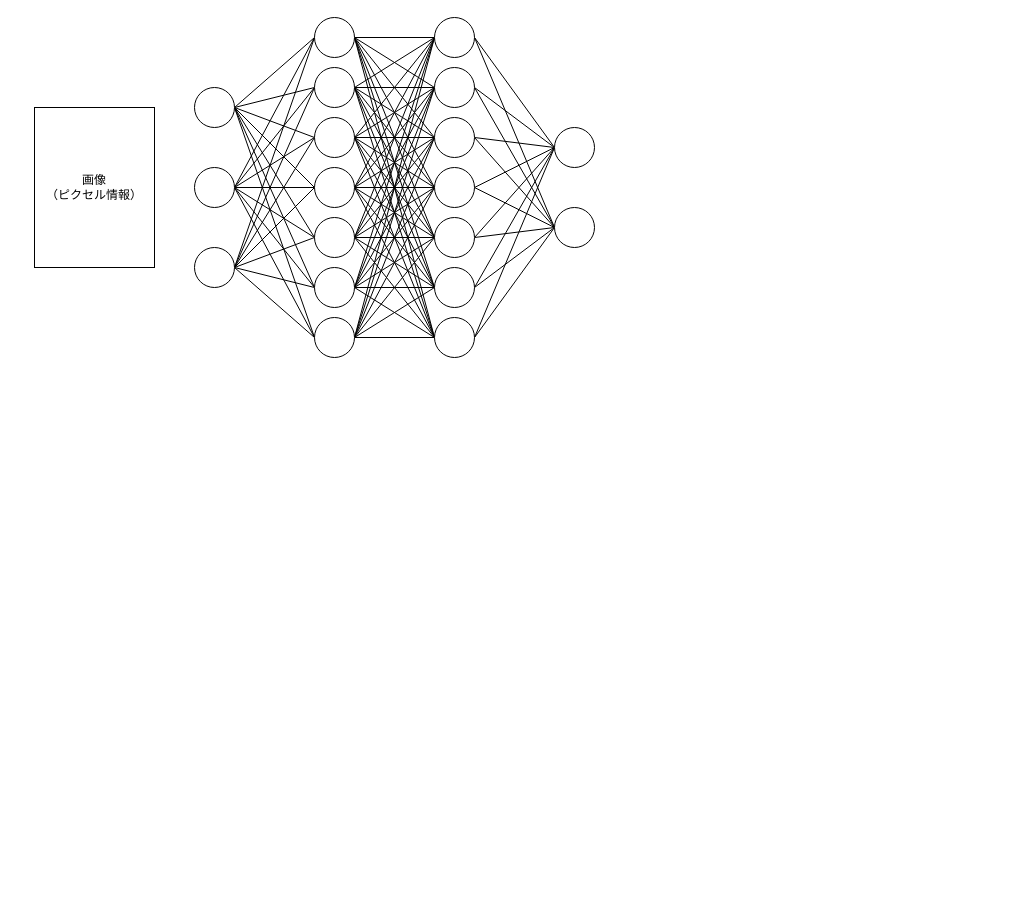
Before: page "ページ2" (2 of 2) of _images/image.drawio in Riliumph/PyTorchBeginner, a draw.io diagram. Source tidied: cells renumbered, new cells numbered last; positions are measured from the earlier drawing's top-left corner, leaving out a move shared by most shapes. Both pictures are drawn from the tidied source at 100%, with x=0, y=0 at pixel (34, 17).
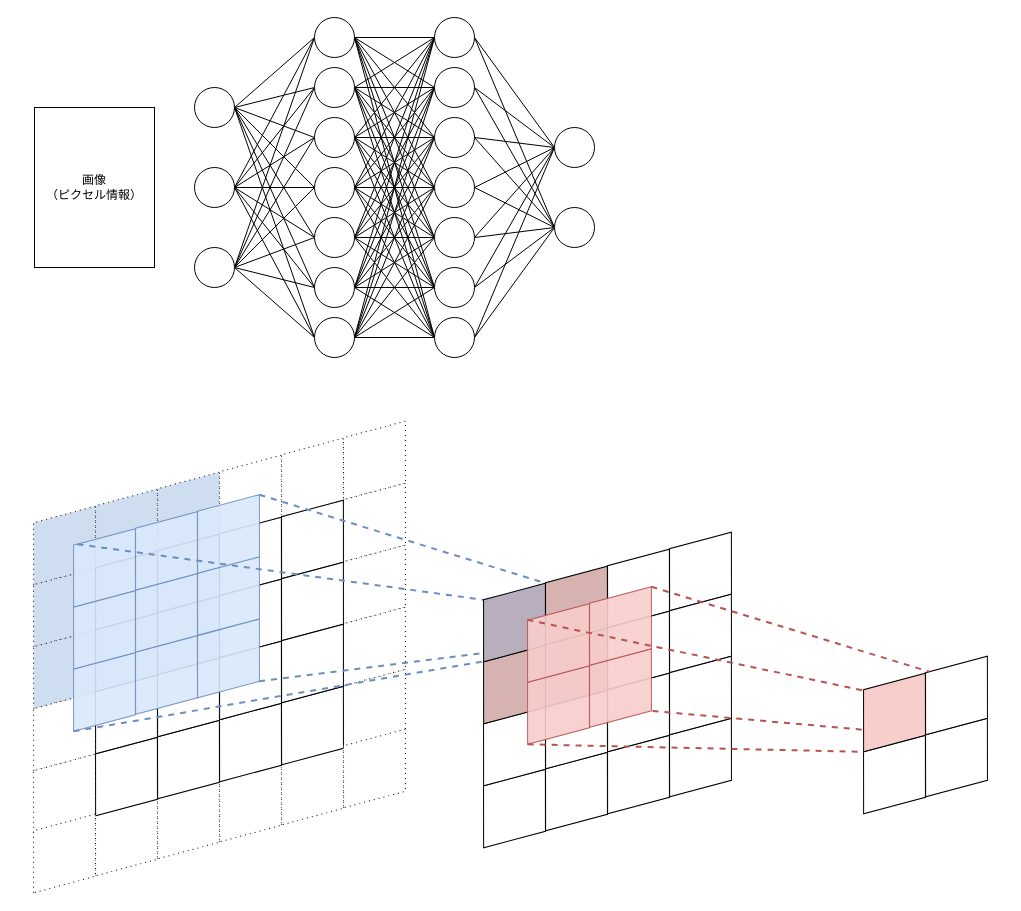
After the change.

Commit message:
[update] ppt graph

What changed in the source:
```diff
@@
+    <mxCell id="106" style="shape=parallelogram;perimeter=parallelogramPerimeter;whiteSpace=wrap;html=1;rotation=-15;" parent="1" vertex="1">
+      <mxGeometry x="440" y="761" width="80" height="60" as="geometry" />
+    </mxCell>
+    <mxCell id="107" style="shape=parallelogram;perimeter=parallelogramPerimeter;whiteSpace=wrap;html=1;rotation=-15;" parent="1" vertex="1">
+      <mxGeometry x="502" y="744" width="80" height="60" as="geometry" />
+    </mxCell>
+    <mxCell id="108" style="shape=parallelogram;perimeter=parallelogramPerimeter;whiteSpace=wrap;html=1;rotation=-15;" parent="1" vertex="1">
+      <mxGeometry x="626" y="710" width="80" height="60" as="geometry" />
+    </mxCell>
+    <mxCell id="109" style="shape=parallelogram;perimeter=parallelogramPerimeter;whiteSpace=wrap;html=1;rotation=-15;" parent="1" vertex="1">
+      <mxGeometry x="564" y="727" width="80" height="60" as="geometry" />
+    </mxCell>
+    <mxCell id="110" style="shape=parallelogram;perimeter=parallelogramPerimeter;whiteSpace=wrap;html=1;rotation=-15;dashed=1;dashPattern=1 4;" parent="1" vertex="1">
+      <mxGeometry x="300" y="413" width="80" height="60" as="geometry" />
+    </mxCell>
+    <mxCell id="111" style="shape=parallelogram;perimeter=parallelogramPerimeter;whiteSpace=wrap;html=1;rotation=-15;dashed=1;dashPattern=1 4;" parent="1" vertex="1">
+      <mxGeometry x="300" y="661" width="80" height="60" as="geometry" />
+    </mxCell>
+    <mxCell id="112" style="shape=parallelogram;perimeter=parallelogramPerimeter;whiteSpace=wrap;html=1;rotation=-15;dashed=1;dashPattern=1 4;" parent="1" vertex="1">
+      <mxGeometry x="52" y="789" width="80" height="60" as="geometry" />
+    </mxCell>
+    <mxCell id="113" style="shape=parallelogram;perimeter=parallelogramPerimeter;whiteSpace=wrap;html=1;rotation=-15;dashed=1;dashPattern=1 4;" parent="1" vertex="1">
+      <mxGeometry x="114" y="772" width="80" height="60" as="geometry" />
+    </mxCell>
+    <mxCell id="114" style="shape=parallelogram;perimeter=parallelogramPerimeter;whiteSpace=wrap;html=1;rotation=-15;dashed=1;dashPattern=1 4;" parent="1" vertex="1">
+      <mxGeometry x="176" y="755" width="80" height="60" as="geometry" />
+    </mxCell>
+    <mxCell id="115" style="shape=parallelogram;perimeter=parallelogramPerimeter;whiteSpace=wrap;html=1;rotation=-15;dashed=1;dashPattern=1 4;" parent="1" vertex="1">
+      <mxGeometry x="238" y="738" width="80" height="60" as="geometry" />
+    </mxCell>
+    <mxCell id="116" style="shape=parallelogram;perimeter=parallelogramPerimeter;whiteSpace=wrap;html=1;rotation=-15;fillColor=#D6B2B0;strokeColor=#000000;" parent="1" vertex="1">
+      <mxGeometry x="502" y="558" width="80" height="60" as="geometry" />
+    </mxCell>
+    <mxCell id="117" style="shape=parallelogram;perimeter=parallelogramPerimeter;whiteSpace=wrap;html=1;rotation=-15;" parent="1" vertex="1">
+      <mxGeometry x="564" y="541" width="80" height="60" as="geometry" />
+    </mxCell>
+    <mxCell id="118" style="shape=parallelogram;perimeter=parallelogramPerimeter;whiteSpace=wrap;html=1;rotation=-15;" parent="1" vertex="1">
+      <mxGeometry x="626" y="524" width="80" height="60" as="geometry" />
+    </mxCell>
+    <mxCell id="119" style="shape=parallelogram;perimeter=parallelogramPerimeter;whiteSpace=wrap;html=1;rotation=-15;" parent="1" vertex="1">
+      <mxGeometry x="626" y="586" width="80" height="60" as="geometry" />
+    </mxCell>
+    <mxCell id="120" style="shape=parallelogram;perimeter=parallelogramPerimeter;whiteSpace=wrap;html=1;rotation=-15;" parent="1" vertex="1">
+      <mxGeometry x="564" y="603" width="80" height="60" as="geometry" />
+    </mxCell>
+    <mxCell id="121" style="shape=parallelogram;perimeter=parallelogramPerimeter;whiteSpace=wrap;html=1;rotation=-15;" parent="1" vertex="1">
+      <mxGeometry x="440" y="699" width="80" height="60" as="geometry" />
+    </mxCell>
+    <mxCell id="122" style="shape=parallelogram;perimeter=parallelogramPerimeter;whiteSpace=wrap;html=1;rotation=-15;" parent="1" vertex="1">
+      <mxGeometry x="502" y="682" width="80" height="60" as="geometry" />
+    </mxCell>
+    <mxCell id="123" style="shape=parallelogram;perimeter=parallelogramPerimeter;whiteSpace=wrap;html=1;rotation=-15;" parent="1" vertex="1">
+      <mxGeometry x="564" y="665" width="80" height="60" as="geometry" />
+    </mxCell>
+    <mxCell id="124" style="shape=parallelogram;perimeter=parallelogramPerimeter;whiteSpace=wrap;html=1;rotation=-15;" parent="1" vertex="1">
+      <mxGeometry x="626" y="648" width="80" height="60" as="geometry" />
+    </mxCell>
+    <mxCell id="125" style="shape=parallelogram;perimeter=parallelogramPerimeter;whiteSpace=wrap;html=1;rotation=-15;dashed=1;dashPattern=1 4;" parent="1" vertex="1">
+      <mxGeometry x="300" y="475" width="80" height="60" as="geometry" />
+    </mxCell>
+    <mxCell id="126" style="shape=parallelogram;perimeter=parallelogramPerimeter;whiteSpace=wrap;html=1;rotation=-15;dashed=1;dashPattern=1 4;" parent="1" vertex="1">
+      <mxGeometry x="300" y="537" width="80" height="60" as="geometry" />
+    </mxCell>
+    <mxCell id="127" style="shape=parallelogram;perimeter=parallelogramPerimeter;whiteSpace=wrap;html=1;rotation=-15;dashed=1;dashPattern=1 4;" parent="1" vertex="1">
+      <mxGeometry x="300" y="599" width="80" height="60" as="geometry" />
+    </mxCell>
+    <mxCell id="128" style="shape=parallelogram;perimeter=parallelogramPerimeter;whiteSpace=wrap;html=1;rotation=-15;" parent="1" vertex="1">
+      <mxGeometry x="238" y="678" width="80" height="60" as="geometry" />
+    </mxCell>
@@
+    <mxCell id="129" style="shape=parallelogram;perimeter=parallelogramPerimeter;whiteSpace=wrap;html=1;rotation=-15;dashed=1;dashPattern=1 4;fillColor=#CFDDF0;strokeColor=#000000;shadow=0;" parent="1" vertex="1">
+      <mxGeometry x="-10" y="498" width="80" height="60" as="geometry" />
+    </mxCell>
+    <mxCell id="130" style="shape=parallelogram;perimeter=parallelogramPerimeter;whiteSpace=wrap;html=1;rotation=-15;dashed=1;dashPattern=1 4;fillColor=#CFDDF0;strokeColor=#000000;shadow=0;" parent="1" vertex="1">
+      <mxGeometry x="52" y="481" width="80" height="60" as="geometry" />
+    </mxCell>
+    <mxCell id="131" style="shape=parallelogram;perimeter=parallelogramPerimeter;whiteSpace=wrap;html=1;rotation=-15;dashed=1;dashPattern=1 4;fillColor=#CFDDF0;strokeColor=#000000;shadow=0;" parent="1" vertex="1">
+      <mxGeometry x="114" y="464" width="80" height="60" as="geometry" />
+    </mxCell>
+    <mxCell id="132" style="shape=parallelogram;perimeter=parallelogramPerimeter;whiteSpace=wrap;html=1;rotation=-15;dashed=1;dashPattern=1 4;" parent="1" vertex="1">
+      <mxGeometry x="176" y="447" width="80" height="60" as="geometry" />
+    </mxCell>
+    <mxCell id="133" style="shape=parallelogram;perimeter=parallelogramPerimeter;whiteSpace=wrap;html=1;rotation=-15;dashed=1;dashPattern=1 4;" parent="1" vertex="1">
+      <mxGeometry x="238" y="430" width="80" height="60" as="geometry" />
+    </mxCell>
+    <mxCell id="134" style="shape=parallelogram;perimeter=parallelogramPerimeter;whiteSpace=wrap;html=1;rotation=-15;dashed=1;dashPattern=1 4;fillColor=#CFDDF0;strokeColor=#000000;shadow=0;" parent="1" vertex="1">
+      <mxGeometry x="-10" y="560" width="80" height="60" as="geometry" />
+    </mxCell>
+    <mxCell id="135" style="shape=parallelogram;perimeter=parallelogramPerimeter;whiteSpace=wrap;html=1;rotation=-15;" parent="1" vertex="1">
+      <mxGeometry x="238" y="492" width="80" height="60" as="geometry" />
+    </mxCell>
+    <mxCell id="136" style="shape=parallelogram;perimeter=parallelogramPerimeter;whiteSpace=wrap;html=1;rotation=-15;dashed=1;dashPattern=1 4;fillColor=#CFDDF0;strokeColor=#000000;shadow=0;" parent="1" vertex="1">
+      <mxGeometry x="-10" y="622" width="80" height="60" as="geometry" />
+    </mxCell>
+    <mxCell id="137" style="shape=parallelogram;perimeter=parallelogramPerimeter;whiteSpace=wrap;html=1;rotation=-15;" parent="1" vertex="1">
+      <mxGeometry x="238" y="554" width="80" height="60" as="geometry" />
+    </mxCell>
+    <mxCell id="138" style="shape=parallelogram;perimeter=parallelogramPerimeter;whiteSpace=wrap;html=1;rotation=-15;dashed=1;dashPattern=1 4;" parent="1" vertex="1">
+      <mxGeometry x="-10" y="684" width="80" height="60" as="geometry" />
+    </mxCell>
+    <mxCell id="139" style="shape=parallelogram;perimeter=parallelogramPerimeter;whiteSpace=wrap;html=1;rotation=-15;" parent="1" vertex="1">
+      <mxGeometry x="238" y="616" width="80" height="60" as="geometry" />
+    </mxCell>
+    <mxCell id="140" style="shape=parallelogram;perimeter=parallelogramPerimeter;whiteSpace=wrap;html=1;rotation=-15;dashed=1;dashPattern=1 4;" parent="1" vertex="1">
+      <mxGeometry x="-10" y="746" width="80" height="60" as="geometry" />
+    </mxCell>
+    <mxCell id="141" style="shape=parallelogram;perimeter=parallelogramPerimeter;whiteSpace=wrap;html=1;rotation=-15;" parent="1" vertex="1">
+      <mxGeometry x="52" y="729" width="80" height="60" as="geometry" />
+    </mxCell>
+    <mxCell id="142" style="shape=parallelogram;perimeter=parallelogramPerimeter;whiteSpace=wrap;html=1;rotation=-15;" parent="1" vertex="1">
+      <mxGeometry x="114" y="712" width="80" height="60" as="geometry" />
+    </mxCell>
+    <mxCell id="143" style="shape=parallelogram;perimeter=parallelogramPerimeter;whiteSpace=wrap;html=1;rotation=-15;" parent="1" vertex="1">
+      <mxGeometry x="176" y="695" width="80" height="60" as="geometry" />
+    </mxCell>
+    <mxCell id="144" style="shape=parallelogram;perimeter=parallelogramPerimeter;whiteSpace=wrap;html=1;rotation=-15;fillColor=#CFDDF0;strokeColor=#000000;shadow=0;" parent="1" vertex="1">
+      <mxGeometry x="52" y="543" width="80" height="60" as="geometry" />
+    </mxCell>
+    <mxCell id="145" style="shape=parallelogram;perimeter=parallelogramPerimeter;whiteSpace=wrap;html=1;rotation=-15;fillColor=#CFDDF0;strokeColor=#000000;shadow=0;" parent="1" vertex="1">
+      <mxGeometry x="114" y="526" width="80" height="60" as="geometry" />
+    </mxCell>
+    <mxCell id="146" style="shape=parallelogram;perimeter=parallelogramPerimeter;whiteSpace=wrap;html=1;rotation=-15;" parent="1" vertex="1">
+      <mxGeometry x="176" y="509" width="80" height="60" as="geometry" />
+    </mxCell>
+    <mxCell id="147" style="shape=parallelogram;perimeter=parallelogramPerimeter;whiteSpace=wrap;html=1;rotation=-15;fillColor=#CFDDF0;strokeColor=#000000;shadow=0;" parent="1" vertex="1">
+      <mxGeometry x="52" y="605" width="80" height="60" as="geometry" />
+    </mxCell>
+    <mxCell id="148" style="shape=parallelogram;perimeter=parallelogramPerimeter;whiteSpace=wrap;html=1;rotation=-15;fillColor=#CFDDF0;strokeColor=#000000;shadow=0;" parent="1" vertex="1">
+      <mxGeometry x="114" y="588" width="80" height="60" as="geometry" />
+    </mxCell>
+    <mxCell id="149" style="shape=parallelogram;perimeter=parallelogramPerimeter;whiteSpace=wrap;html=1;rotation=-15;" parent="1" vertex="1">
+      <mxGeometry x="176" y="571" width="80" height="60" as="geometry" />
+    </mxCell>
+    <mxCell id="150" style="shape=parallelogram;perimeter=parallelogramPerimeter;whiteSpace=wrap;html=1;rotation=-15;" parent="1" vertex="1">
+      <mxGeometry x="52" y="667" width="80" height="60" as="geometry" />
+    </mxCell>
+    <mxCell id="151" style="shape=parallelogram;perimeter=parallelogramPerimeter;whiteSpace=wrap;html=1;rotation=-15;" parent="1" vertex="1">
+      <mxGeometry x="114" y="650" width="80" height="60" as="geometry" />
+    </mxCell>
+    <mxCell id="152" style="shape=parallelogram;perimeter=parallelogramPerimeter;whiteSpace=wrap;html=1;rotation=-15;" parent="1" vertex="1">
+      <mxGeometry x="176" y="633" width="80" height="60" as="geometry" />
+    </mxCell>
+    <mxCell id="153" style="group;shadow=0;opacity=90;" parent="1" vertex="1">
+      <mxGeometry x="30" y="486.5" width="204" height="218" as="geometry" />
+    </mxCell>
+    <mxCell id="154" style="shape=parallelogram;perimeter=parallelogramPerimeter;whiteSpace=wrap;html=1;rotation=-15;fillColor=#dae8fc;strokeColor=#6c8ebf;shadow=0;opacity=90;" parent="153" vertex="1">
+      <mxGeometry x="62" y="17" width="80" height="60" as="geometry" />
+    </mxCell>
+    <mxCell id="155" style="shape=parallelogram;perimeter=parallelogramPerimeter;whiteSpace=wrap;html=1;rotation=-15;fillColor=#dae8fc;strokeColor=#6c8ebf;shadow=0;opacity=90;" parent="153" vertex="1">
+      <mxGeometry x="62" y="79" width="80" height="60" as="geometry" />
+    </mxCell>
+    <mxCell id="156" style="shape=parallelogram;perimeter=parallelogramPerimeter;whiteSpace=wrap;html=1;rotation=-15;fillColor=#dae8fc;strokeColor=#6c8ebf;shadow=0;opacity=90;" parent="153" vertex="1">
+      <mxGeometry x="124" y="62" width="80" height="60" as="geometry" />
+    </mxCell>
+    <mxCell id="157" style="shape=parallelogram;perimeter=parallelogramPerimeter;whiteSpace=wrap;html=1;rotation=-15;fillColor=#dae8fc;strokeColor=#6c8ebf;shadow=0;opacity=90;" parent="153" vertex="1">
+      <mxGeometry x="62" y="141" width="80" height="60" as="geometry" />
+    </mxCell>
+    <mxCell id="158" style="shape=parallelogram;perimeter=parallelogramPerimeter;whiteSpace=wrap;html=1;rotation=-15;fillColor=#dae8fc;strokeColor=#6c8ebf;shadow=0;opacity=90;" parent="153" vertex="1">
+      <mxGeometry x="124" y="124.5" width="80" height="60" as="geometry" />
+    </mxCell>
+    <mxCell id="159" style="shape=parallelogram;perimeter=parallelogramPerimeter;whiteSpace=wrap;html=1;rotation=-15;fillColor=#dae8fc;strokeColor=#6c8ebf;shadow=0;opacity=90;" parent="153" vertex="1">
+      <mxGeometry x="124" width="80" height="60" as="geometry" />
+    </mxCell>
+    <mxCell id="160" style="shape=parallelogram;perimeter=parallelogramPerimeter;whiteSpace=wrap;html=1;rotation=-15;fillColor=#dae8fc;strokeColor=#6c8ebf;shadow=0;opacity=90;" parent="153" vertex="1">
+      <mxGeometry y="34" width="80" height="60" as="geometry" />
+    </mxCell>
+    <mxCell id="161" style="shape=parallelogram;perimeter=parallelogramPerimeter;whiteSpace=wrap;html=1;rotation=-15;fillColor=#dae8fc;strokeColor=#6c8ebf;shadow=0;opacity=90;" parent="153" vertex="1">
+      <mxGeometry y="96" width="80" height="60" as="geometry" />
+    </mxCell>
+    <mxCell id="162" style="shape=parallelogram;perimeter=parallelogramPerimeter;whiteSpace=wrap;html=1;rotation=-15;fillColor=#dae8fc;strokeColor=#6c8ebf;shadow=0;opacity=90;" parent="153" vertex="1">
+      <mxGeometry y="158" width="80" height="60" as="geometry" />
+    </mxCell>
+    <mxCell id="163" style="shape=parallelogram;perimeter=parallelogramPerimeter;whiteSpace=wrap;html=1;rotation=-15;dashed=1;dashPattern=1 4;" parent="1" vertex="1">
+      <mxGeometry x="-10" y="806" width="80" height="60" as="geometry" />
+    </mxCell>
+    <mxCell id="164" style="shape=parallelogram;perimeter=parallelogramPerimeter;whiteSpace=wrap;html=1;rotation=-15;dashed=1;dashPattern=1 4;" parent="1" vertex="1">
+      <mxGeometry x="300" y="721" width="80" height="60" as="geometry" />
+    </mxCell>
+    <mxCell id="165" style="shape=parallelogram;perimeter=parallelogramPerimeter;whiteSpace=wrap;html=1;rotation=-15;" parent="1" vertex="1">
+      <mxGeometry x="882" y="710" width="80" height="60" as="geometry" />
+    </mxCell>
+    <mxCell id="166" style="shape=parallelogram;perimeter=parallelogramPerimeter;whiteSpace=wrap;html=1;rotation=-15;" parent="1" vertex="1">
+      <mxGeometry x="820" y="727" width="80" height="60" as="geometry" />
+    </mxCell>
+    <mxCell id="167" style="shape=parallelogram;perimeter=parallelogramPerimeter;whiteSpace=wrap;html=1;rotation=-15;" parent="1" vertex="1">
+      <mxGeometry x="882" y="648" width="80" height="60" as="geometry" />
+    </mxCell>
+    <mxCell id="168" style="endArrow=none;dashed=1;html=1;exitX=1;exitY=0;exitDx=0;exitDy=0;entryX=1;entryY=0;entryDx=0;entryDy=0;fillColor=#dae8fc;strokeColor=#6c8ebf;strokeWidth=2;" parent="1" edge="1" source="159" target="177">
+      <mxGeometry relative="1" as="geometry" />
+    </mxCell>
+    <mxCell id="169" style="endArrow=none;dashed=1;html=1;exitX=0.25;exitY=0;exitDx=0;exitDy=0;entryX=0.211;entryY=0.008;entryDx=0;entryDy=0;fillColor=#dae8fc;strokeColor=#6c8ebf;strokeWidth=2;entryPerimeter=0;" parent="1" edge="1" source="160" target="177">
+      <mxGeometry relative="1" as="geometry" />
+    </mxCell>
+    <mxCell id="170" style="endArrow=none;dashed=1;html=1;entryX=1;entryY=0;entryDx=0;entryDy=0;fillColor=#dae8fc;strokeColor=#6c8ebf;strokeWidth=2;exitX=0.796;exitY=0.998;exitDx=0;exitDy=0;exitPerimeter=0;" parent="1" edge="1" source="158" target="173">
+      <mxGeometry relative="1" as="geometry" />
+    </mxCell>
+    <mxCell id="171" style="endArrow=none;dashed=1;html=1;exitX=0;exitY=1;exitDx=0;exitDy=0;entryX=0.25;entryY=0;entryDx=0;entryDy=0;fillColor=#dae8fc;strokeColor=#6c8ebf;strokeWidth=2;" parent="1" edge="1" source="162" target="173">
+      <mxGeometry relative="1" as="geometry" />
+    </mxCell>
+    <mxCell id="172" style="shape=parallelogram;perimeter=parallelogramPerimeter;whiteSpace=wrap;html=1;rotation=-15;fillColor=#D6B2B0;strokeColor=#000000;" parent="1" vertex="1">
+      <mxGeometry x="502" y="620" width="80" height="60" as="geometry" />
+    </mxCell>
+    <mxCell id="173" style="shape=parallelogram;perimeter=parallelogramPerimeter;whiteSpace=wrap;html=1;rotation=-15;fillColor=#D6B2B0;strokeColor=#000000;" parent="1" vertex="1">
+      <mxGeometry x="440" y="637" width="80" height="60" as="geometry" />
+    </mxCell>
+    <mxCell id="174" style="shape=parallelogram;perimeter=parallelogramPerimeter;whiteSpace=wrap;html=1;rotation=-15;fillColor=#f8cecc;strokeColor=#b85450;shadow=0;opacity=90;" parent="1" vertex="1">
+      <mxGeometry x="546" y="640.5" width="80" height="60" as="geometry" />
+    </mxCell>
+    <mxCell id="175" style="shape=parallelogram;perimeter=parallelogramPerimeter;whiteSpace=wrap;html=1;rotation=-15;fillColor=#f8cecc;strokeColor=#b85450;shadow=0;opacity=90;" parent="1" vertex="1">
+      <mxGeometry x="484" y="657.5" width="80" height="60" as="geometry" />
+    </mxCell>
+    <mxCell id="176" style="shape=parallelogram;perimeter=parallelogramPerimeter;whiteSpace=wrap;html=1;rotation=-15;fillColor=#f8cecc;strokeColor=#b85450;shadow=0;opacity=90;" parent="1" vertex="1">
+      <mxGeometry x="546" y="578.5" width="80" height="60" as="geometry" />
+    </mxCell>
+    <mxCell id="177" style="shape=parallelogram;perimeter=parallelogramPerimeter;whiteSpace=wrap;html=1;rotation=-15;fillColor=#B8AEBD;strokeColor=#000000;" parent="1" vertex="1">
+      <mxGeometry x="440" y="575" width="80" height="60" as="geometry" />
+    </mxCell>
+    <mxCell id="178" style="shape=parallelogram;perimeter=parallelogramPerimeter;whiteSpace=wrap;html=1;rotation=-15;fillColor=#f8cecc;strokeColor=#b85450;shadow=0;opacity=90;" parent="1" vertex="1">
+      <mxGeometry x="484" y="595.5" width="80" height="60" as="geometry" />
+    </mxCell>
+    <mxCell id="179" style="endArrow=none;dashed=1;html=1;strokeColor=#b85450;strokeWidth=2;exitX=1;exitY=0;exitDx=0;exitDy=0;entryX=0.25;entryY=0;entryDx=0;entryDy=0;fillColor=#f8cecc;" parent="1" edge="1" source="176" target="167">
+      <mxGeometry relative="1" as="geometry" />
+    </mxCell>
+    <mxCell id="180" style="endArrow=none;dashed=1;html=1;strokeColor=#b85450;strokeWidth=2;exitX=0.812;exitY=1.008;exitDx=0;exitDy=0;entryX=0.8;entryY=1.001;entryDx=0;entryDy=0;exitPerimeter=0;entryPerimeter=0;fillColor=#f8cecc;" parent="1" edge="1" source="174" target="182">
+      <mxGeometry relative="1" as="geometry" />
+    </mxCell>
+    <mxCell id="181" style="endArrow=none;dashed=1;html=1;strokeColor=#b85450;strokeWidth=2;exitX=0.199;exitY=-0.008;exitDx=0;exitDy=0;entryX=0.187;entryY=0.005;entryDx=0;entryDy=0;exitPerimeter=0;entryPerimeter=0;fillColor=#f8cecc;" parent="1" edge="1" source="178" target="182">
+      <mxGeometry relative="1" as="geometry" />
+    </mxCell>
+    <mxCell id="182" style="shape=parallelogram;perimeter=parallelogramPerimeter;whiteSpace=wrap;html=1;rotation=-15;fillColor=#f8cecc;strokeColor=#000000;" parent="1" vertex="1">
+      <mxGeometry x="820" y="665" width="80" height="60" as="geometry" />
+    </mxCell>
+    <mxCell id="183" style="endArrow=none;dashed=1;html=1;strokeColor=#b85450;strokeWidth=2;exitX=0;exitY=1;exitDx=0;exitDy=0;entryX=0;entryY=1;entryDx=0;entryDy=0;fillColor=#f8cecc;" parent="1" edge="1" source="175" target="182">
+      <mxGeometry relative="1" as="geometry" />
+    </mxCell>
```
